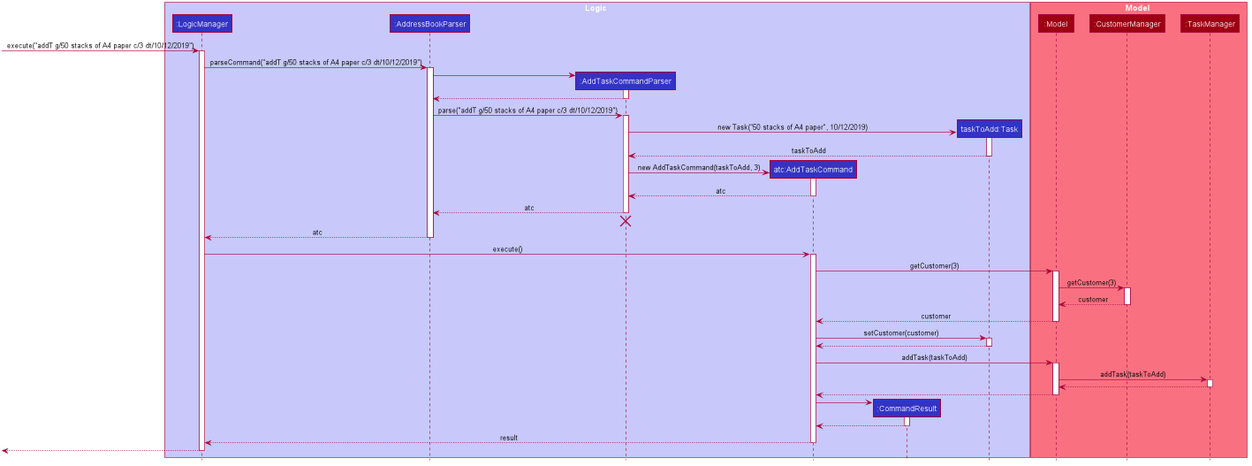
Above: images/AddTaskCommand.png in AY1920S1-CS2103-F14-4/main (PlantUML), before the change. Source of this version:
```plantuml
@startuml








skinparam BackgroundColor #FFFFFFF

skinparam Shadowing false

skinparam Class {
    FontColor #FFFFFF
    BorderThickness 1
    BorderColor #FFFFFF
    StereotypeFontColor #FFFFFF
    FontName Arial
}

skinparam Actor {
    BorderColor #000000
    Color #000000
    FontName Arial
}

skinparam Sequence {
    MessageAlign center
    BoxFontSize 15
    BoxPadding 0
    BoxFontColor #FFFFFF
    FontName Arial
}

skinparam Participant {
    FontColor #FFFFFFF
    Padding 20
}

skinparam MinClassWidth 50
skinparam ParticipantPadding 10
skinparam Shadowing false
skinparam DefaultTextAlignment center
skinparam packageStyle Rectangle

hide footbox
hide members
hide circle

box Logic #C8C8FA
participant ":LogicManager" as LogicManager #3333C4
participant ":AddressBookParser" as AddressBookParser #3333C4
participant ":AddTaskCommandParser" as AddTaskCommandParser #3333C4
participant "atc:AddTaskCommand" as AddTaskCommand #3333C4
participant ":CommandResult" as CommandResult #3333C4
participant "taskToAdd:Task" as Task #3333C4
end box

box Model #F97181
participant ":Model" as Model #9D0012
participant ":CustomerManager" as CustomerManager #9D0012
participant ":TaskManager" as TaskManager #9D0012
end box

[-> LogicManager : execute("addT g/50 stacks of A4 paper c/3 dt/10/12/2019")
activate LogicManager

LogicManager -> AddressBookParser : parseCommand("addT g/50 stacks of A4 paper c/3 dt/10/12/2019")
activate AddressBookParser

create AddTaskCommandParser
AddressBookParser -> AddTaskCommandParser
activate AddTaskCommandParser

AddTaskCommandParser --> AddressBookParser
deactivate AddTaskCommandParser

AddressBookParser -> AddTaskCommandParser : parse("addT g/50 stacks of A4 paper c/3 dt/10/12/2019")
activate AddTaskCommandParser

create Task
AddTaskCommandParser -> Task : new Task("50 stacks of A4 paper", 10/12/2019)
activate Task

Task --> AddTaskCommandParser : taskToAdd
deactivate Task

create AddTaskCommand
AddTaskCommandParser -> AddTaskCommand : new AddTaskCommand(taskToAdd, 3)
activate AddTaskCommand

AddTaskCommand --> AddTaskCommandParser : atc
deactivate AddTaskCommand

AddTaskCommandParser --> AddressBookParser : atc
deactivate AddTaskCommandParser
AddTaskCommandParser -[hidden]-> AddressBookParser
destroy AddTaskCommandParser

AddressBookParser --> LogicManager : atc
deactivate AddressBookParser

LogicManager -> AddTaskCommand : execute()
activate AddTaskCommand

AddTaskCommand -> Model : getCustomer(3)
activate Model


Model -> CustomerManager : getCustomer(3)
activate CustomerManager

CustomerManager --> Model : customer
deactivate CustomerManager

Model --> AddTaskCommand : customer
deactivate Model

AddTaskCommand -> Task : setCustomer(customer)
activate Task

Task --> AddTaskCommand
deactivate Task

AddTaskCommand -> Model : addTask(taskToAdd)
activate Model

Model -> TaskManager : addTask(taskToAdd)
activate TaskManager

TaskManager --> Model
deactivate TaskManager

Model --> AddTaskCommand
deactivate Model

create CommandResult
AddTaskCommand -> CommandResult
activate CommandResult

CommandResult --> AddTaskCommand
deactivate CommandResult

AddTaskCommand --> LogicManager : result
deactivate AddTaskCommand

[<--LogicManager
deactivate LogicManager
@enduml
```
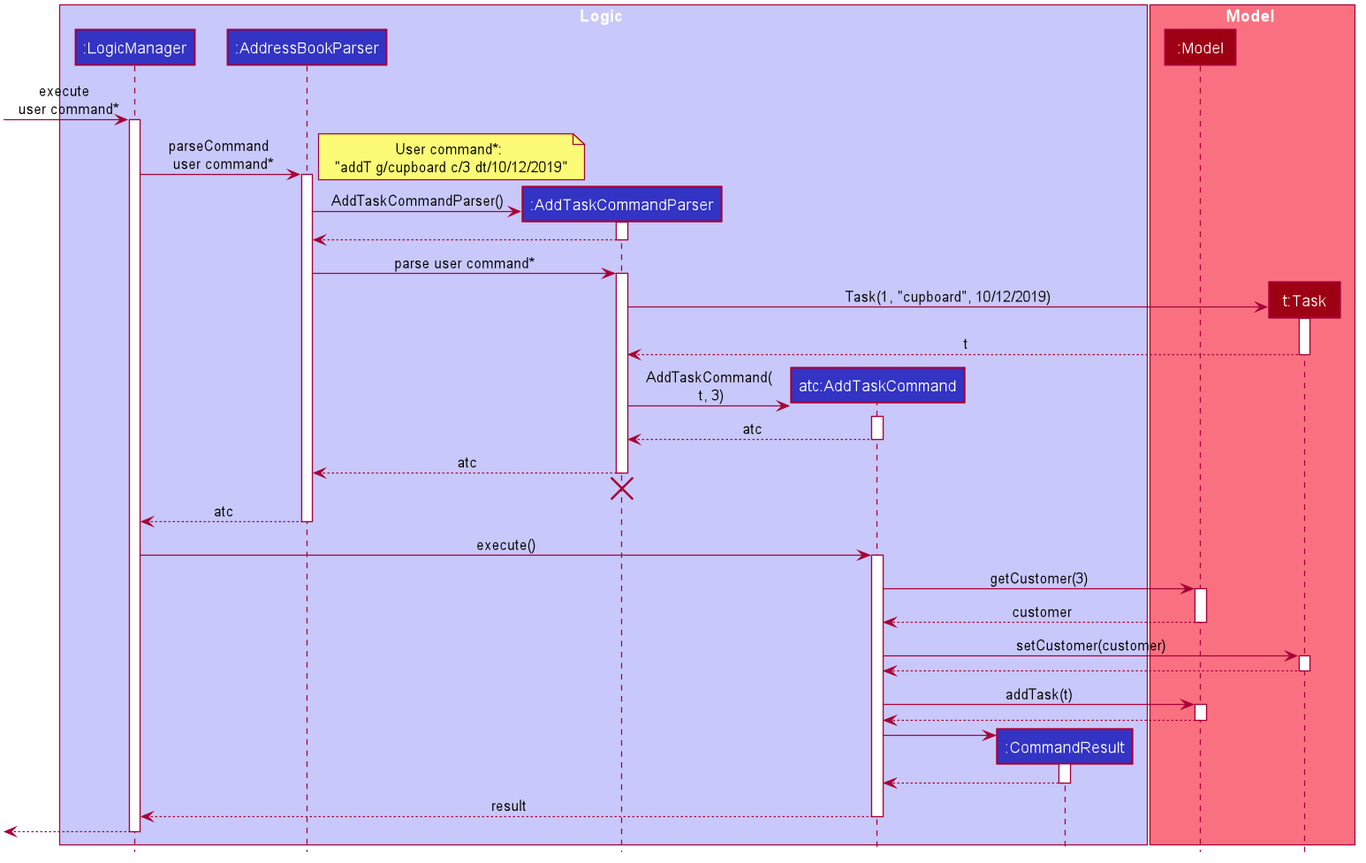
After the commit.

What changed in the source:
```diff
@@ -1,4 +1,5 @@
 @startuml
+
 
 
 
@@ -19,6 +20,7 @@
     FontName Arial
 }
 
+
 skinparam Actor {
     BorderColor #000000
     Color #000000
@@ -32,6 +34,7 @@
     BoxFontColor #FFFFFF
     FontName Arial
 }
+
 
 skinparam Participant {
     FontColor #FFFFFFF
@@ -54,40 +57,39 @@
 participant ":AddTaskCommandParser" as AddTaskCommandParser #3333C4
 participant "atc:AddTaskCommand" as AddTaskCommand #3333C4
 participant ":CommandResult" as CommandResult #3333C4
-participant "taskToAdd:Task" as Task #3333C4
 end box
 
 box Model #F97181
 participant ":Model" as Model #9D0012
-participant ":CustomerManager" as CustomerManager #9D0012
-participant ":TaskManager" as TaskManager #9D0012
+participant "t:Task" as Task #9D0012
 end box
 
-[-> LogicManager : execute("addT g/50 stacks of A4 paper c/3 dt/10/12/2019")
+[-> LogicManager : execute \n user command*
 activate LogicManager
 
-LogicManager -> AddressBookParser : parseCommand("addT g/50 stacks of A4 paper c/3 dt/10/12/2019")
+LogicManager -> AddressBookParser : parseCommand \n user command*
 activate AddressBookParser
+note right : User command*: \n"addT g/cupboard c/3 dt/10/12/2019"
 
 create AddTaskCommandParser
-AddressBookParser -> AddTaskCommandParser
+AddressBookParser -> AddTaskCommandParser : AddTaskCommandParser()
 activate AddTaskCommandParser
 
 AddTaskCommandParser --> AddressBookParser
 deactivate AddTaskCommandParser
 
-AddressBookParser -> AddTaskCommandParser : parse("addT g/50 stacks of A4 paper c/3 dt/10/12/2019")
+AddressBookParser -> AddTaskCommandParser : parse user command*
 activate AddTaskCommandParser
 
 create Task
-AddTaskCommandParser -> Task : new Task("50 stacks of A4 paper", 10/12/2019)
+AddTaskCommandParser -> Task : Task(1, "cupboard", 10/12/2019)
 activate Task
 
-Task --> AddTaskCommandParser : taskToAdd
+Task --> AddTaskCommandParser : t
 deactivate Task
 
 create AddTaskCommand
-AddTaskCommandParser -> AddTaskCommand : new AddTaskCommand(taskToAdd, 3)
+AddTaskCommandParser -> AddTaskCommand : AddTaskCommand(\n t, 3)
 activate AddTaskCommand
 
 AddTaskCommand --> AddTaskCommandParser : atc
@@ -107,13 +109,6 @@
 AddTaskCommand -> Model : getCustomer(3)
 activate Model
 
-
-Model -> CustomerManager : getCustomer(3)
-activate CustomerManager
-
-CustomerManager --> Model : customer
-deactivate CustomerManager
-
 Model --> AddTaskCommand : customer
 deactivate Model
 
@@ -123,14 +118,8 @@
 Task --> AddTaskCommand
 deactivate Task
 
-AddTaskCommand -> Model : addTask(taskToAdd)
+AddTaskCommand -> Model : addTask(t)
 activate Model
-
-Model -> TaskManager : addTask(taskToAdd)
-activate TaskManager
-
-TaskManager --> Model
-deactivate TaskManager
 
 Model --> AddTaskCommand
 deactivate Model
```
